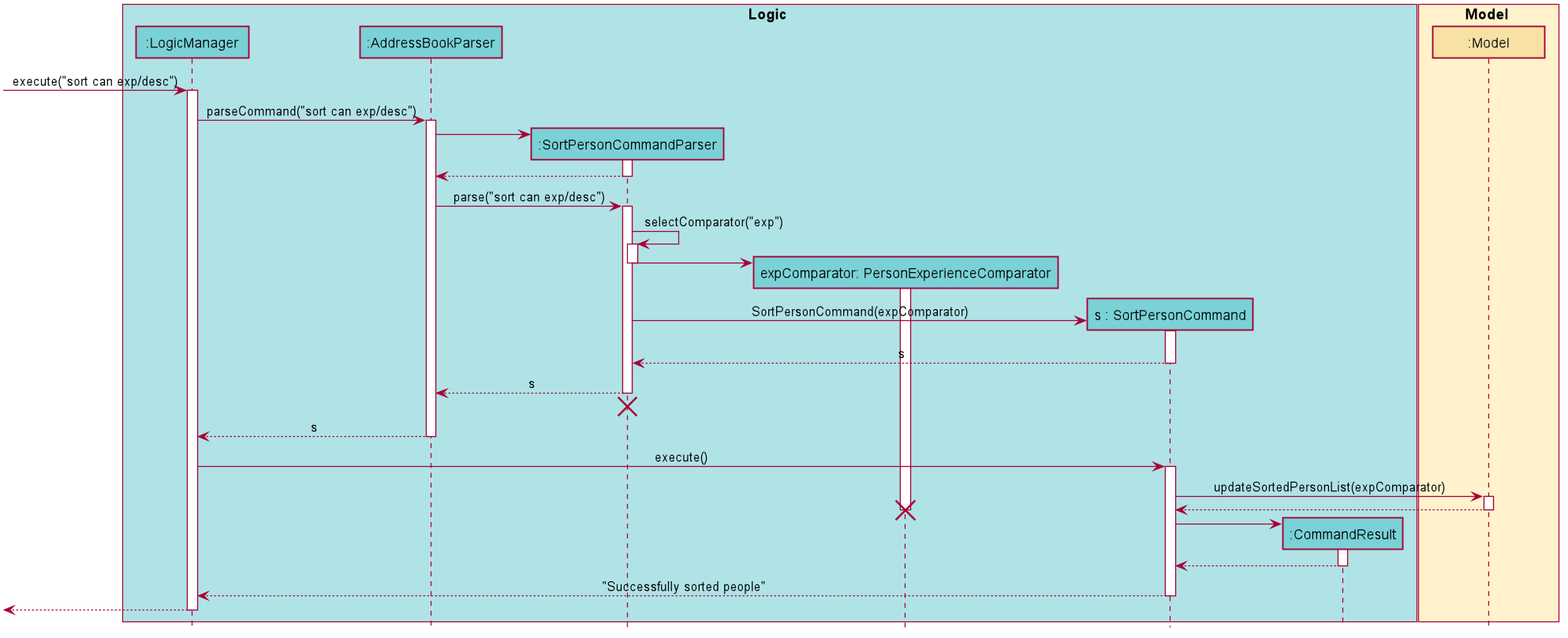
Above: docs/images/SortSequenceDiagramC.png in vanGoghhh/tp (PlantUML), before the change.
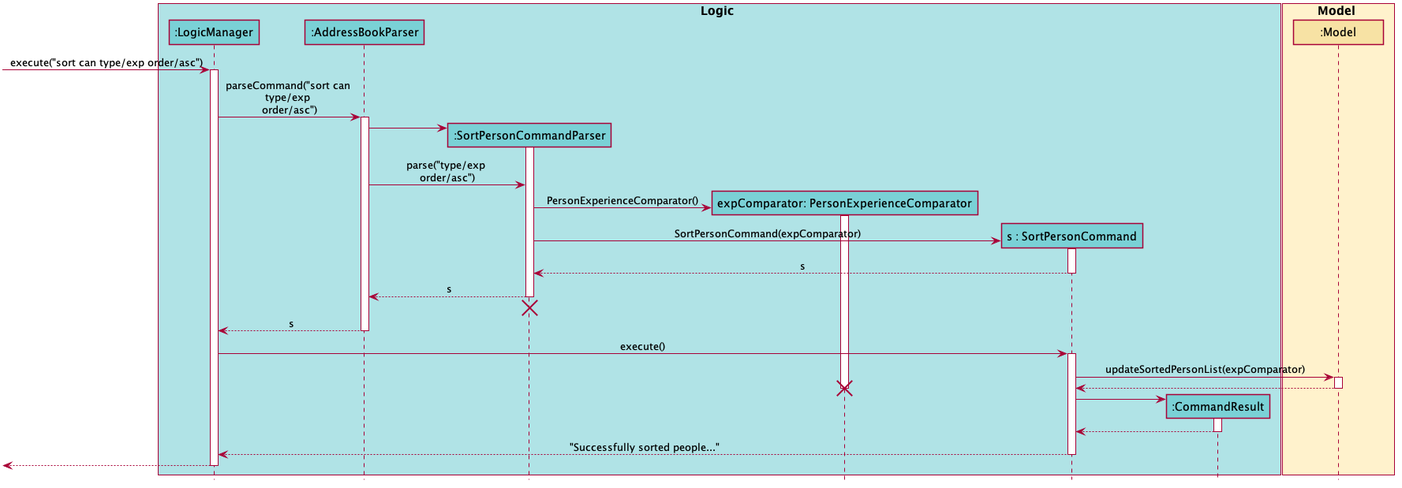
After the change.

Change to the diagram source:
```diff
@@ -61,29 +61,25 @@
 participant ":Model" as Model #F7E2A4
 end box
 
-[-> LogicManager : execute("sort can exp/desc")
+[-> LogicManager : execute("sort can type/exp order/asc")
 activate LogicManager
 
-LogicManager -> AddressBookParser : parseCommand("sort can exp/desc")
+LogicManager -> AddressBookParser : parseCommand("sort can \ntype/exp \norder/asc")
 activate AddressBookParser
 
 create SortPersonCommandParser
 AddressBookParser -> SortPersonCommandParser
 activate SortPersonCommandParser
 
-SortPersonCommandParser --> AddressBookParser
-deactivate SortPersonCommandParser
 
-AddressBookParser -> SortPersonCommandParser : parse("sort can exp/desc")
-activate SortPersonCommandParser
+AddressBookParser -> SortPersonCommandParser : parse("type/exp \norder/asc")
 
-SortPersonCommandParser -> SortPersonCommandParser : selectComparator("exp")
-activate SortPersonCommandParser
+
 
 create PersonExperienceComparator
-SortPersonCommandParser -> PersonExperienceComparator
+SortPersonCommandParser -> PersonExperienceComparator : PersonExperienceComparator()
 activate PersonExperienceComparator
-deactivate SortPersonCommandParser
+
 
 create SortPersonCommand
 SortPersonCommandParser -> SortPersonCommand : SortPersonCommand(expComparator)
@@ -118,7 +114,7 @@
 CommandResult --> SortPersonCommand
 deactivate CommandResult
 
-SortPersonCommand --> LogicManager : "Successfully sorted people"
+SortPersonCommand --> LogicManager : "Successfully sorted people..."
 deactivate SortPersonCommand
 
 [<--LogicManager
```
